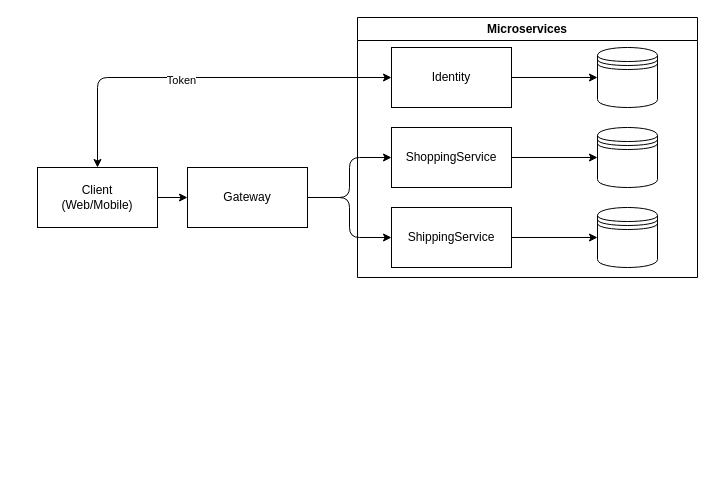
Before: Documentation/architecture.drawio in ajbtolentino/mypro, a draw.io diagram. Source tidied: cells renumbered, new cells numbered last; positions are measured from the earlier drawing's top-left corner, leaving out a move shared by most shapes. Both pictures are drawn from the tidied source at 100%, with x=0, y=0 at pixel (37, 17).
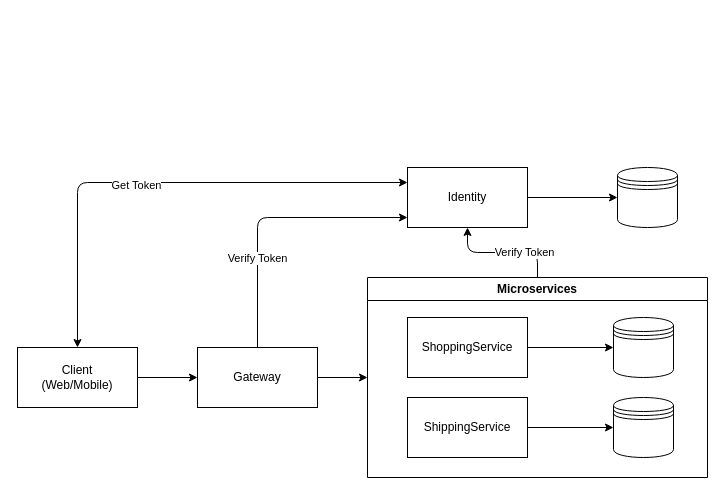
After the change.

What changed in the source:
```diff
@@
+    <mxCell id="19" style="edgeStyle=orthogonalEdgeStyle;html=1;entryX=0.5;entryY=1;entryDx=0;entryDy=0;startArrow=none;startFill=0;" parent="1" edge="1" source="2" target="11">
+      <mxGeometry relative="1" as="geometry">
+        <Array as="points">
+          <mxPoint x="500" y="235" />
+          <mxPoint x="430" y="235" />
+        </Array>
+      </mxGeometry>
+    </mxCell>
+    <mxCell id="20" value="Verify Token" style="edgeLabel;html=1;align=center;verticalAlign=middle;" parent="19" vertex="1">
+      <mxGeometry x="-0.35" y="-1" relative="1" as="geometry" />
+    </mxCell>
     <mxCell id="2" value="Microservices" style="swimlane;whiteSpace=wrap;html=1;" parent="1" vertex="1">
-      <mxGeometry x="320" width="340" height="260" as="geometry" />
+      <mxGeometry x="330" y="260" width="340" height="200" as="geometry" />
     </mxCell>
-    <mxCell id="3" style="edgeStyle=orthogonalEdgeStyle;html=1;entryX=0;entryY=0.5;entryDx=0;entryDy=0;startArrow=none;startFill=0;" parent="2" edge="1" source="4" target="7">
-      <mxGeometry relative="1" as="geometry" />
-    </mxCell>
-    <mxCell id="4" value="ShoppingService" style="rounded=0;whiteSpace=wrap;html=1;" parent="2" vertex="1">
-      <mxGeometry x="34" y="110" width="120" height="60" as="geometry" />
-    </mxCell>
@@
     <mxCell id="6" value="ShippingService" style="rounded=0;whiteSpace=wrap;html=1;" parent="2" vertex="1">
-      <mxGeometry x="34" y="190" width="120" height="60" as="geometry" />
+      <mxGeometry x="40" y="120" width="120" height="60" as="geometry" />
     </mxCell>
-    <mxCell id="7" style="shape=datastore;whiteSpace=wrap;html=1;" parent="2" vertex="1">
-      <mxGeometry x="240" y="110" width="60" height="60" as="geometry" />
-    </mxCell>
     <mxCell id="8" style="shape=datastore;whiteSpace=wrap;html=1;" parent="2" vertex="1">
-      <mxGeometry x="240" y="190" width="60" height="60" as="geometry" />
+      <mxGeometry x="246" y="120" width="60" height="60" as="geometry" />
     </mxCell>
-    <mxCell id="9" style="shape=datastore;whiteSpace=wrap;html=1;" parent="2" vertex="1">
-      <mxGeometry x="240" y="30" width="60" height="60" as="geometry" />
-    </mxCell>
+    <mxCell id="21" style="edgeStyle=orthogonalEdgeStyle;html=1;entryX=0;entryY=0.5;entryDx=0;entryDy=0;startArrow=none;startFill=0;" parent="2" edge="1" source="4" target="22">
+      <mxGeometry relative="1" as="geometry" />
+    </mxCell>
+    <mxCell id="4" value="ShoppingService" style="rounded=0;whiteSpace=wrap;html=1;" parent="2" vertex="1">
+      <mxGeometry x="40" y="40" width="120" height="60" as="geometry" />
+    </mxCell>
+    <mxCell id="22" style="shape=datastore;whiteSpace=wrap;html=1;" parent="2" vertex="1">
+      <mxGeometry x="246" y="40" width="60" height="60" as="geometry" />
+    </mxCell>
@@
     <mxCell id="11" value="Identity" style="rounded=0;whiteSpace=wrap;html=1;" parent="1" vertex="1">
-      <mxGeometry x="354" y="30" width="120" height="60" as="geometry" />
+      <mxGeometry x="370" y="150" width="120" height="60" as="geometry" />
     </mxCell>
-    <mxCell id="12" style="edgeStyle=orthogonalEdgeStyle;html=1;exitX=0.5;exitY=0;exitDx=0;exitDy=0;startArrow=classic;startFill=1;entryX=0;entryY=0.5;entryDx=0;entryDy=0;" parent="1" edge="1" source="15" target="11">
+    <mxCell id="12" style="edgeStyle=orthogonalEdgeStyle;html=1;exitX=0.5;exitY=0;exitDx=0;exitDy=0;startArrow=classic;startFill=1;entryX=0;entryY=0.25;entryDx=0;entryDy=0;" parent="1" edge="1" source="15" target="11">
       <mxGeometry relative="1" as="geometry" />
     </mxCell>
-    <mxCell id="13" value="Token" style="edgeLabel;html=1;align=center;verticalAlign=middle;" parent="12" vertex="1">
+    <mxCell id="13" value="Get Token" style="edgeLabel;html=1;align=center;verticalAlign=middle;" parent="12" vertex="1">
       <mxGeometry x="-0.1" y="-2" relative="1" as="geometry" />
     </mxCell>
@@
     <mxCell id="15" value="Client &lt;br&gt;(Web/Mobile)" style="rounded=0;whiteSpace=wrap;html=1;" parent="1" vertex="1">
-      <mxGeometry y="150" width="120" height="60" as="geometry" />
+      <mxGeometry x="-20" y="330" width="120" height="60" as="geometry" />
     </mxCell>
-    <mxCell id="16" style="edgeStyle=orthogonalEdgeStyle;html=1;startArrow=none;startFill=0;" parent="1" edge="1" source="18" target="4">
-      <mxGeometry relative="1" as="geometry" />
-    </mxCell>
-    <mxCell id="17" style="edgeStyle=orthogonalEdgeStyle;html=1;startArrow=none;startFill=0;" parent="1" edge="1" source="18" target="6">
-      <mxGeometry relative="1" as="geometry" />
-    </mxCell>
+    <mxCell id="23" style="edgeStyle=orthogonalEdgeStyle;html=1;entryX=0;entryY=0.5;entryDx=0;entryDy=0;startArrow=none;startFill=0;" parent="1" edge="1" source="18" target="2">
+      <mxGeometry relative="1" as="geometry" />
+    </mxCell>
+    <mxCell id="24" style="edgeStyle=orthogonalEdgeStyle;html=1;startArrow=none;startFill=0;" parent="1" edge="1" source="18" target="11">
+      <mxGeometry relative="1" as="geometry">
+        <Array as="points">
+          <mxPoint x="220" y="200" />
+        </Array>
+      </mxGeometry>
+    </mxCell>
+    <mxCell id="25" value="Verify Token" style="edgeLabel;html=1;align=center;verticalAlign=middle;" parent="24" vertex="1">
+      <mxGeometry x="-0.36" y="1" relative="1" as="geometry" />
+    </mxCell>
     <mxCell id="18" value="Gateway" style="rounded=0;whiteSpace=wrap;html=1;" parent="1" vertex="1">
-      <mxGeometry x="150" y="150" width="120" height="60" as="geometry" />
+      <mxGeometry x="160" y="330" width="120" height="60" as="geometry" />
     </mxCell>
+    <mxCell id="9" style="shape=datastore;whiteSpace=wrap;html=1;" parent="1" vertex="1">
+      <mxGeometry x="580" y="150" width="60" height="60" as="geometry" />
+    </mxCell>
```
